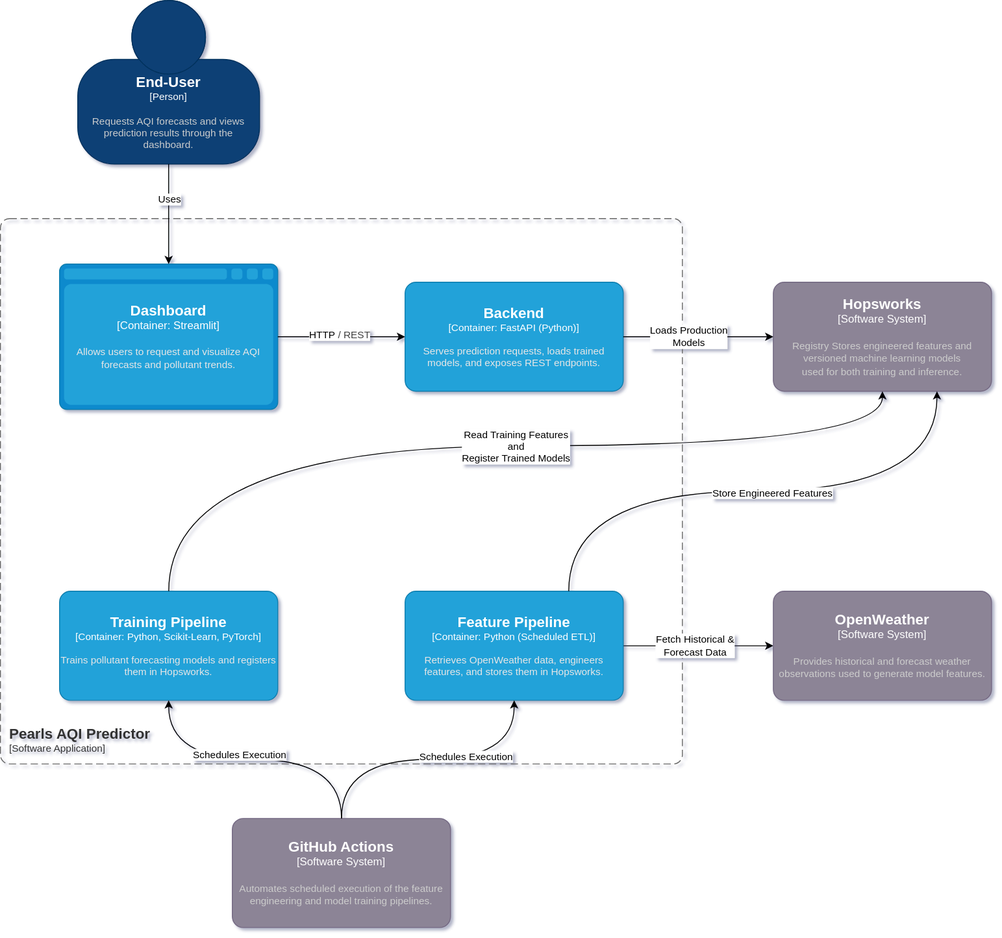
Before: docs/03_architecture/figures/container_diagram.svg, a diagram exported from draw.io (Deadman621/pearls-aqi-predictor). Source tidied: cells renumbered, new cells last; positions are measured from the earlier drawing's top-left corner, leaving out a move shared by most shapes.
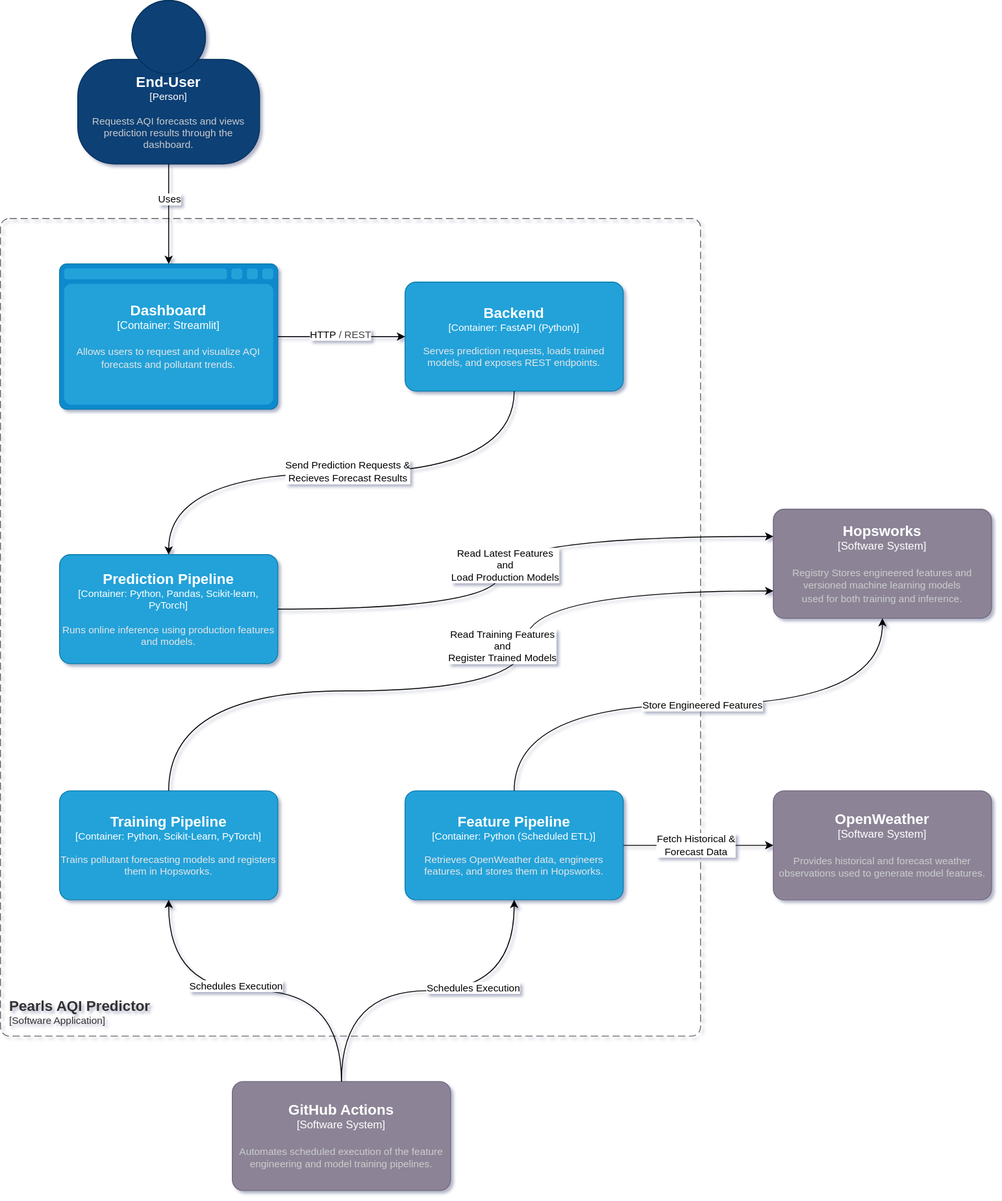
Above is the later version.

Commit message:
docs(architecture): update C4 container architecture

Change to the diagram source:
```diff
@@ -4,7 +4,7 @@
     <mxCell id="1" parent="0" />
     <object id="2" label="&lt;font style=&quot;font-size: 16px&quot;&gt;&lt;b&gt;&lt;div style=&quot;text-align: left&quot;&gt;%c4Name%&lt;/div&gt;&lt;/b&gt;&lt;/font&gt;&lt;div style=&quot;text-align: left&quot;&gt;[%c4Application%]&lt;/div&gt;" c4Application="Software Application" c4Name="Pearls AQI Predictor" c4Type="SystemScopeBoundary" placeholders="1">
       <mxCell style="rounded=1;fontSize=11;whiteSpace=wrap;html=1;dashed=1;arcSize=20;fillColor=none;strokeColor=#666666;fontColor=#333333;labelBackgroundColor=none;align=left;verticalAlign=bottom;labelBorderColor=none;spacingTop=0;spacing=10;dashPattern=8 4;perimeter=rectanglePerimeter;noLabel=0;labelPadding=0;absoluteArcSize=1;" parent="1" vertex="1">
-        <mxGeometry y="240" width="750" height="600" as="geometry" />
+        <mxGeometry y="240" width="770" height="900" as="geometry" />
       </mxCell>
     </object>
     <object id="3" label="&lt;font style=&quot;font-size: 16px&quot;&gt;&lt;b&gt;%c4Name%&lt;/b&gt;&lt;/font&gt;&lt;div&gt;[%c4Type%:&amp;nbsp;%c4Technology%]&lt;/div&gt;&lt;br&gt;&lt;div&gt;&lt;font style=&quot;font-size: 11px&quot;&gt;&lt;font color=&quot;#E6E6E6&quot;&gt;%c4Description%&lt;/font&gt;&lt;/div&gt;" c4Description="Allows users to request and visualize AQI forecasts and pollutant trends." c4Name="Dashboard" c4Technology="Streamlit" c4Type="Container" placeholders="1">
@@ -31,27 +31,27 @@
     </mxCell>
     <object id="9" label="&lt;font style=&quot;font-size: 16px&quot;&gt;&lt;b&gt;%c4Name%&lt;/b&gt;&lt;/font&gt;&lt;div&gt;[%c4Type%: %c4Technology%]&lt;/div&gt;&lt;br&gt;&lt;div&gt;&lt;font style=&quot;font-size: 11px&quot;&gt;&lt;font color=&quot;#E6E6E6&quot;&gt;%c4Description%&lt;/font&gt;&lt;/div&gt;" c4Description="Retrieves OpenWeather data, engineers features, and stores them in Hopsworks." c4Name="Feature Pipeline" c4Technology="Python (Scheduled ETL)" c4Type="Container" placeholders="1">
       <mxCell style="rounded=1;whiteSpace=wrap;html=1;fontSize=11;labelBackgroundColor=none;fillColor=#23A2D9;fontColor=#ffffff;align=center;arcSize=10;strokeColor=#0E7DAD;points=[[0.25,0,0],[0.5,0,0],[0.75,0,0],[1,0.25,0],[1,0.5,0],[1,0.75,0],[0.75,1,0],[0.5,1,0],[0.25,1,0],[0,0.75,0],[0,0.5,0],[0,0.25,0]];" parent="1" vertex="1">
-        <mxGeometry x="445" y="650" width="240" height="120" as="geometry" />
+        <mxGeometry x="445" y="870" width="240" height="120" as="geometry" />
       </mxCell>
     </object>
     <object id="10" label="&lt;font style=&quot;font-size: 16px&quot;&gt;&lt;b&gt;%c4Name%&lt;/b&gt;&lt;/font&gt;&lt;div&gt;[%c4Type%: %c4Technology%]&lt;/div&gt;&lt;br&gt;&lt;div&gt;&lt;font style=&quot;font-size: 11px&quot;&gt;&lt;font color=&quot;#E6E6E6&quot;&gt;%c4Description%&lt;/font&gt;&lt;/div&gt;" c4Description="Trains pollutant forecasting models and registers them in Hopsworks." c4Name="Training Pipeline" c4Technology="Python, Scikit-Learn, PyTorch" c4Type="Container" placeholders="1">
       <mxCell style="rounded=1;whiteSpace=wrap;html=1;fontSize=11;labelBackgroundColor=none;fillColor=#23A2D9;fontColor=#ffffff;align=center;arcSize=10;strokeColor=#0E7DAD;points=[[0.25,0,0],[0.5,0,0],[0.75,0,0],[1,0.25,0],[1,0.5,0],[1,0.75,0],[0.75,1,0],[0.5,1,0],[0.25,1,0],[0,0.75,0],[0,0.5,0],[0,0.25,0]];" parent="1" vertex="1">
-        <mxGeometry x="65" y="650" width="240" height="120" as="geometry" />
+        <mxGeometry x="65" y="870" width="240" height="120" as="geometry" />
       </mxCell>
     </object>
     <object id="11" label="&lt;font style=&quot;font-size: 16px&quot;&gt;&lt;b&gt;%c4Name%&lt;/b&gt;&lt;/font&gt;&lt;div&gt;[%c4Type%]&lt;/div&gt;&lt;br&gt;&lt;div&gt;&lt;font style=&quot;font-size: 11px&quot;&gt;&lt;font color=&quot;#cccccc&quot;&gt;%c4Description%&lt;/font&gt;&lt;/div&gt;" c4Description="Provides historical and forecast weather observations used to generate model features." c4Name="OpenWeather" c4Type="Software System" placeholders="1">
       <mxCell style="rounded=1;whiteSpace=wrap;html=1;labelBackgroundColor=none;fillColor=#8C8496;fontColor=#ffffff;align=center;arcSize=10;strokeColor=#736782;points=[[0.25,0,0],[0.5,0,0],[0.75,0,0],[1,0.25,0],[1,0.5,0],[1,0.75,0],[0.75,1,0],[0.5,1,0],[0.25,1,0],[0,0.75,0],[0,0.5,0],[0,0.25,0]];" parent="1" vertex="1">
-        <mxGeometry x="850" y="650" width="240" height="120" as="geometry" />
+        <mxGeometry x="850" y="870" width="240" height="120" as="geometry" />
       </mxCell>
     </object>
     <object id="12" label="&lt;font style=&quot;font-size: 16px&quot;&gt;&lt;b&gt;%c4Name%&lt;/b&gt;&lt;/font&gt;&lt;div&gt;[%c4Type%]&lt;/div&gt;&lt;br&gt;&lt;div&gt;&lt;font style=&quot;font-size: 11px&quot;&gt;&lt;font color=&quot;#cccccc&quot;&gt;%c4Description%&lt;/font&gt;&lt;/div&gt;" c4Description="Automates scheduled execution of the feature engineering and model training pipelines." c4Name="GitHub Actions" c4Type="Software System" placeholders="1">
       <mxCell style="rounded=1;whiteSpace=wrap;html=1;labelBackgroundColor=none;fillColor=#8C8496;fontColor=#ffffff;align=center;arcSize=10;strokeColor=#736782;points=[[0.25,0,0],[0.5,0,0],[0.75,0,0],[1,0.25,0],[1,0.5,0],[1,0.75,0],[0.75,1,0],[0.5,1,0],[0.25,1,0],[0,0.75,0],[0,0.5,0],[0,0.25,0]];" parent="1" vertex="1">
-        <mxGeometry x="255" y="900" width="240" height="120" as="geometry" />
+        <mxGeometry x="255" y="1190" width="240" height="120" as="geometry" />
       </mxCell>
     </object>
     <object id="13" label="&lt;font style=&quot;font-size: 16px&quot;&gt;&lt;b&gt;%c4Name%&lt;/b&gt;&lt;/font&gt;&lt;div&gt;[%c4Type%]&lt;/div&gt;&lt;br&gt;&lt;div&gt;&lt;font style=&quot;font-size: 11px&quot;&gt;&lt;font color=&quot;#cccccc&quot;&gt;%c4Description%&lt;/font&gt;&lt;/div&gt;" c4Description="Registry Stores engineered features and versioned machine learning models &#10;used for both training and inference." c4Name="Hopsworks" c4Type="Software System" placeholders="1">
       <mxCell style="rounded=1;whiteSpace=wrap;html=1;labelBackgroundColor=none;fillColor=#8C8496;fontColor=#ffffff;align=center;arcSize=10;strokeColor=#736782;points=[[0.25,0,0],[0.5,0,0],[0.75,0,0],[1,0.25,0],[1,0.5,0],[1,0.75,0],[0.75,1,0],[0.5,1,0],[0.25,1,0],[0,0.75,0],[0,0.5,0],[0,0.25,0]];" parent="1" vertex="1">
-        <mxGeometry x="850" y="310" width="240" height="120" as="geometry" />
+        <mxGeometry x="850" y="560" width="240" height="120" as="geometry" />
       </mxCell>
     </object>
     <object id="14" label="&lt;font style=&quot;font-size: 16px&quot;&gt;&lt;b&gt;%c4Name%&lt;/b&gt;&lt;/font&gt;&lt;div&gt;[%c4Type%]&lt;/div&gt;&lt;br&gt;&lt;div&gt;&lt;font style=&quot;font-size: 11px&quot;&gt;&lt;font color=&quot;#cccccc&quot;&gt;%c4Description%&lt;/font&gt;&lt;/div&gt;" c4Description="Requests AQI forecasts and views prediction results through the dashboard." c4Name="End-User" c4Type="Person" placeholders="1">
@@ -70,12 +70,6 @@
     <mxCell id="17" value="Uses" style="edgeLabel;html=1;align=center;verticalAlign=middle;labelBackgroundColor=default;fontColor=default;" parent="15" vertex="1">
       <mxGeometry x="-0.3" relative="1" as="geometry" />
     </mxCell>
-    <mxCell id="18" style="edgeStyle=none;html=1;entryX=0;entryY=0.5;entryDx=0;entryDy=0;entryPerimeter=0;" parent="1" edge="1" source="4" target="13">
-      <mxGeometry relative="1" as="geometry" />
-    </mxCell>
-    <mxCell id="19" value="Loads Production &lt;br&gt;Models" style="edgeLabel;html=1;align=center;verticalAlign=middle;" parent="18" vertex="1">
-      <mxGeometry x="-0.14" y="1" relative="1" as="geometry" />
-    </mxCell>
     <mxCell id="20" style="edgeStyle=orthogonalEdgeStyle;html=1;entryX=0.5;entryY=1;entryDx=0;entryDy=0;entryPerimeter=0;curved=1;" parent="1" edge="1" source="12" target="9">
       <mxGeometry relative="1" as="geometry" />
     </mxCell>
@@ -84,30 +78,59 @@
         <mxPoint x="-1" as="offset" />
       </mxGeometry>
     </mxCell>
-    <mxCell id="22" style="edgeStyle=orthogonalEdgeStyle;html=1;exitX=0.75;exitY=0;exitDx=0;exitDy=0;exitPerimeter=0;entryX=0.75;entryY=1;entryDx=0;entryDy=0;entryPerimeter=0;curved=1;" parent="1" edge="1" source="9" target="13">
+    <mxCell id="22" style="html=1;exitX=0.5;exitY=0;exitDx=0;exitDy=0;exitPerimeter=0;entryX=0.5;entryY=1;entryDx=0;entryDy=0;entryPerimeter=0;edgeStyle=orthogonalEdgeStyle;curved=1;" parent="1" edge="1" source="9" target="13">
       <mxGeometry relative="1" as="geometry" />
     </mxCell>
     <mxCell id="23" value="Store Engineered Features" style="edgeLabel;html=1;align=center;verticalAlign=middle;" parent="22" vertex="1">
-      <mxGeometry x="0.06" y="-1" relative="1" as="geometry" />
+      <mxGeometry x="0.06" y="-1" relative="1" as="geometry">
+        <mxPoint x="-15" y="-1" as="offset" />
+      </mxGeometry>
     </mxCell>
+    <mxCell id="26" style="edgeStyle=orthogonalEdgeStyle;html=1;entryX=0.5;entryY=1;entryDx=0;entryDy=0;entryPerimeter=0;curved=1;" parent="1" edge="1" source="12" target="10">
+      <mxGeometry relative="1" as="geometry" />
+    </mxCell>
+    <mxCell id="27" value="Schedules Execution" style="edgeLabel;html=1;align=center;verticalAlign=middle;" parent="26" vertex="1">
+      <mxGeometry x="0.11" y="-6" relative="1" as="geometry" />
+    </mxCell>
+    <object id="28" label="&lt;font style=&quot;font-size: 16px&quot;&gt;&lt;b&gt;%c4Name%&lt;/b&gt;&lt;/font&gt;&lt;div&gt;[%c4Type%: %c4Technology%]&lt;/div&gt;&lt;br&gt;&lt;div&gt;&lt;font style=&quot;font-size: 11px&quot;&gt;&lt;font color=&quot;#E6E6E6&quot;&gt;%c4Description%&lt;/font&gt;&lt;/div&gt;" c4Description="Runs online inference using production features and models." c4Name="Prediction Pipeline" c4Technology="Python, Pandas, Scikit-learn, PyTorch" c4Type="Container" placeholders="1">
+      <mxCell style="rounded=1;whiteSpace=wrap;html=1;fontSize=11;labelBackgroundColor=none;fillColor=#23A2D9;fontColor=#ffffff;align=center;arcSize=10;strokeColor=#0E7DAD;points=[[0.25,0,0],[0.5,0,0],[0.75,0,0],[1,0.25,0],[1,0.5,0],[1,0.75,0],[0.75,1,0],[0.5,1,0],[0.25,1,0],[0,0.75,0],[0,0.5,0],[0,0.25,0]];" parent="1" vertex="1">
+        <mxGeometry x="65" y="610" width="240" height="120" as="geometry" />
+      </mxCell>
+    </object>
+    <mxCell id="29" style="edgeStyle=orthogonalEdgeStyle;html=1;entryX=0.5;entryY=0;entryDx=0;entryDy=0;entryPerimeter=0;curved=1;exitX=0.5;exitY=1;exitDx=0;exitDy=0;exitPerimeter=0;" parent="1" edge="1" source="4" target="28">
+      <mxGeometry relative="1" as="geometry" />
+    </mxCell>
+    <mxCell id="30" value="Send Prediction Requests &amp;amp;&lt;br&gt;Recieves Forecast Results" style="edgeLabel;html=1;align=center;verticalAlign=middle;" parent="29" vertex="1">
+      <mxGeometry x="-0.02" y="-2" relative="1" as="geometry">
+        <mxPoint x="1" as="offset" />
+      </mxGeometry>
+    </mxCell>
-    <mxCell id="24" style="edgeStyle=orthogonalEdgeStyle;html=1;entryX=0.5;entryY=1;entryDx=0;entryDy=0;entryPerimeter=0;curved=1;" parent="1" edge="1" source="10" target="13">
+    <mxCell id="24" style="html=1;entryX=0;entryY=0.75;entryDx=0;entryDy=0;entryPerimeter=0;edgeStyle=orthogonalEdgeStyle;curved=1;" parent="1" edge="1" source="10" target="13">
       <mxGeometry relative="1" as="geometry">
         <Array as="points">
-          <mxPoint x="185" y="490" />
-          <mxPoint x="970" y="490" />
+          <mxPoint x="185" y="760" />
+          <mxPoint x="578" y="760" />
+          <mxPoint x="578" y="650" />
         </Array>
       </mxGeometry>
     </mxCell>
-    <mxCell id="25" value="Read Training Features &lt;br&gt;and &lt;br&gt;Register Trained Models" style="edgeLabel;html=1;align=center;verticalAlign=middle;" parent="24" vertex="1">
-      <mxGeometry x="0.13" y="2" relative="1" as="geometry">
-        <mxPoint x="-26" y="2" as="offset" />
+    <mxCell id="25" value="&lt;span style=&quot;color: rgb(0, 0, 0);&quot;&gt;Read Training Features&lt;/span&gt;&lt;br style=&quot;color: rgb(63, 63, 63); scrollbar-color: rgb(226, 226, 226) rgb(251, 251, 251);&quot;&gt;&lt;span style=&quot;color: rgb(0, 0, 0);&quot;&gt;and&lt;/span&gt;&lt;br style=&quot;color: rgb(63, 63, 63); scrollbar-color: rgb(226, 226, 226) rgb(251, 251, 251);&quot;&gt;&lt;span style=&quot;color: rgb(0, 0, 0);&quot;&gt;Register Trained Models&lt;/span&gt;" style="edgeLabel;html=1;align=center;verticalAlign=middle;" parent="24" vertex="1">
+      <mxGeometry x="-0.1" y="30" relative="1" as="geometry">
+        <mxPoint x="79" y="-20" as="offset" />
       </mxGeometry>
     </mxCell>
-    <mxCell id="26" style="edgeStyle=orthogonalEdgeStyle;html=1;entryX=0.5;entryY=1;entryDx=0;entryDy=0;entryPerimeter=0;curved=1;" parent="1" edge="1" source="12" target="10">
-      <mxGeometry relative="1" as="geometry" />
-    </mxCell>
-    <mxCell id="27" value="Schedules Execution" style="edgeLabel;html=1;align=center;verticalAlign=middle;" parent="26" vertex="1">
-      <mxGeometry x="0.11" y="-6" relative="1" as="geometry" />
-    </mxCell>
+    <mxCell id="31" style="html=1;entryX=0;entryY=0.25;entryDx=0;entryDy=0;entryPerimeter=0;edgeStyle=orthogonalEdgeStyle;curved=1;" parent="1" edge="1" source="28" target="13">
+      <mxGeometry relative="1" as="geometry">
+        <Array as="points">
+          <mxPoint x="550" y="670" />
+          <mxPoint x="550" y="590" />
+        </Array>
+      </mxGeometry>
+    </mxCell>
+    <mxCell id="32" value="&lt;span style=&quot;scrollbar-color: rgb(226, 226, 226) rgb(251, 251, 251); color: rgb(0, 0, 0);&quot;&gt;Read Latest Features&lt;/span&gt;&lt;br style=&quot;scrollbar-color: rgb(226, 226, 226) rgb(251, 251, 251); color: rgb(63, 63, 63);&quot;&gt;&lt;span style=&quot;scrollbar-color: rgb(226, 226, 226) rgb(251, 251, 251); color: rgb(0, 0, 0);&quot;&gt;and&lt;/span&gt;&lt;br style=&quot;scrollbar-color: rgb(226, 226, 226) rgb(251, 251, 251); color: rgb(63, 63, 63);&quot;&gt;&lt;span style=&quot;scrollbar-color: rgb(226, 226, 226) rgb(251, 251, 251); color: rgb(0, 0, 0);&quot;&gt;Load Production Models&lt;/span&gt;" style="edgeLabel;html=1;align=center;verticalAlign=middle;" parent="31" vertex="1">
+      <mxGeometry x="-0.18" y="-4" relative="1" as="geometry">
+        <mxPoint y="-39" as="offset" />
+      </mxGeometry>
+    </mxCell>
   </root>
 </mxGraphModel>
```
